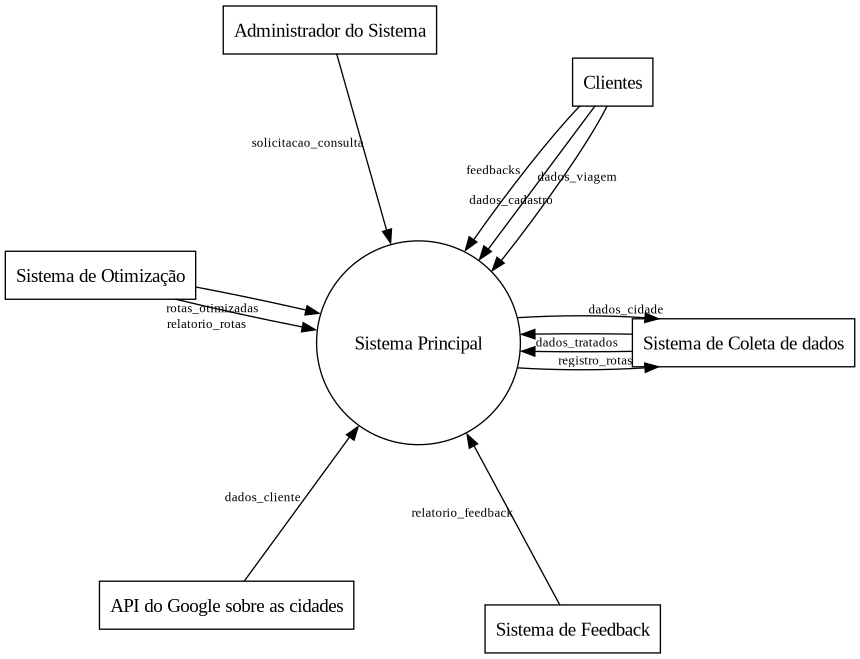
pedrodilallo/site_turismo_SIG keeps this Graphviz diagram as Relatório/Semana-1/Diagramas/DFD0.png. Above is the earlier version. Its source is kept beside it as Relatório/Semana-1/Diagramas/DFD0.gv.
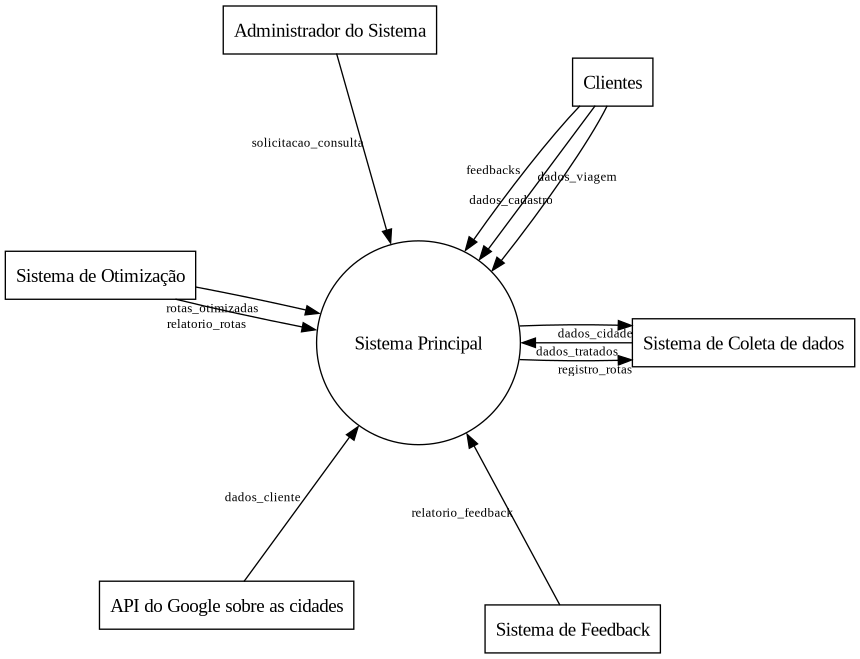
The same diagram one commit later.

Commit message:
Correções DFD

The edit, as a diff of the source:
```diff
@@ -29,7 +29,6 @@
     otimizador -> sistema[label="rotas_otimizadas"]
     otimizador -> sistema[label="relatorio_rotas"]
 
-    coletador -> sistema[label="registro_rotas"]
     coletador -> sistema[label="dados_tratados"]
 
     API -> sistema[label="dados_cliente"]
@@ -38,7 +37,7 @@
 
 
     sistema -> coletador[label="dados_cidade"]
-    sistema -> coletador[label=""]
+    sistema -> coletador[label="registro_rotas"]
 
 }
 @enduml
```
